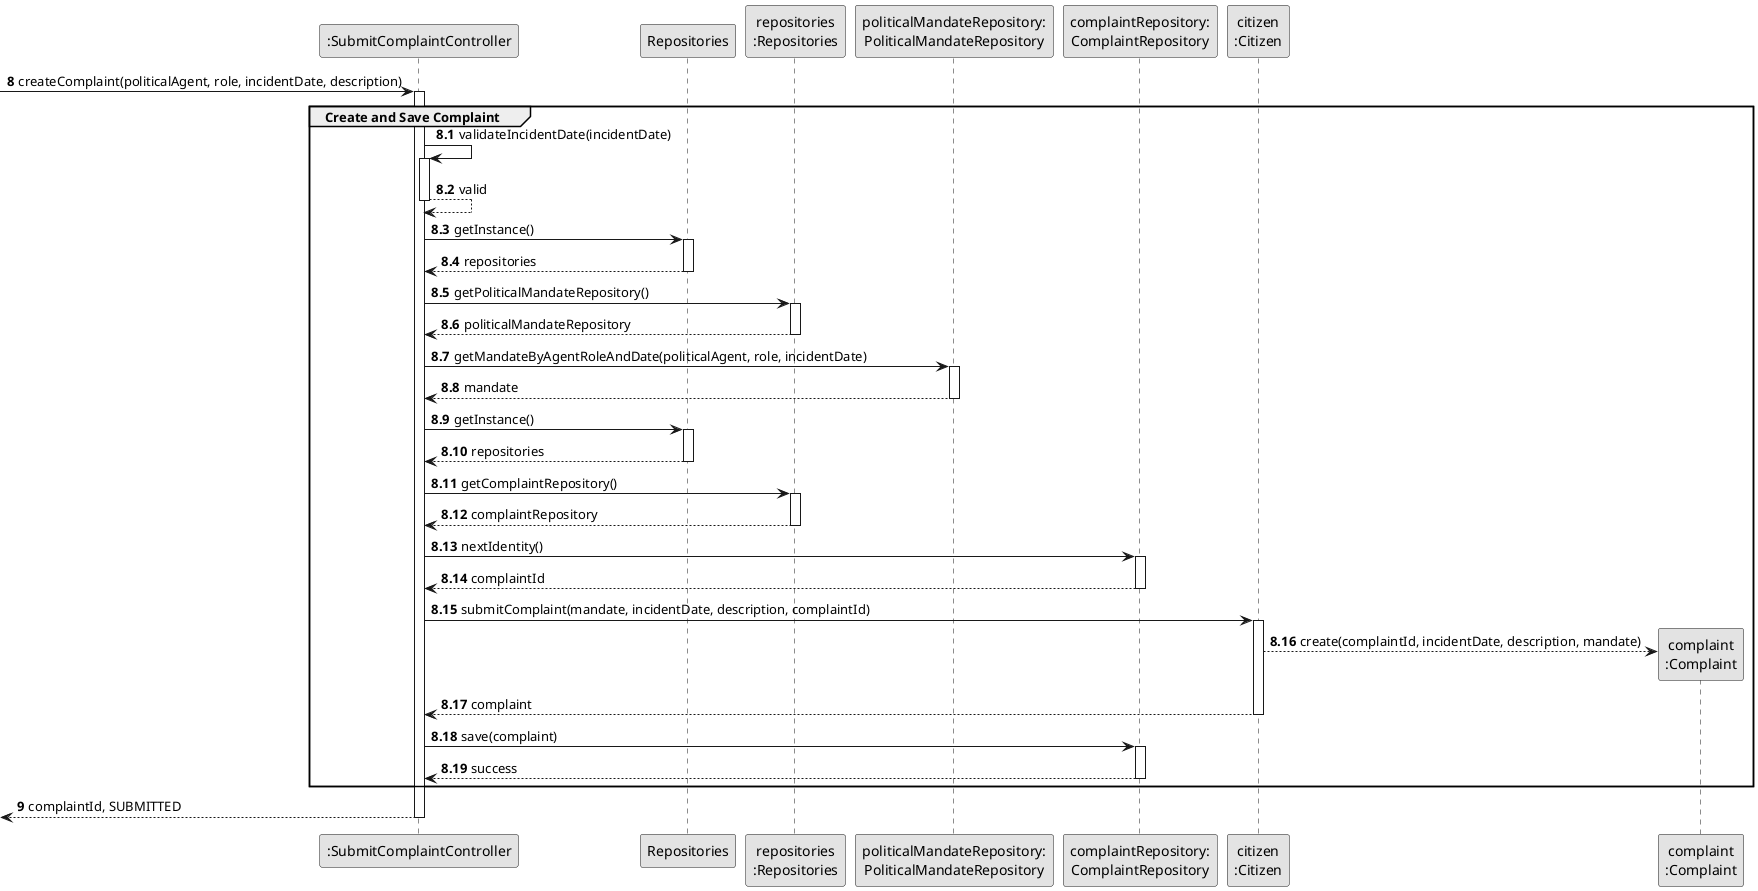
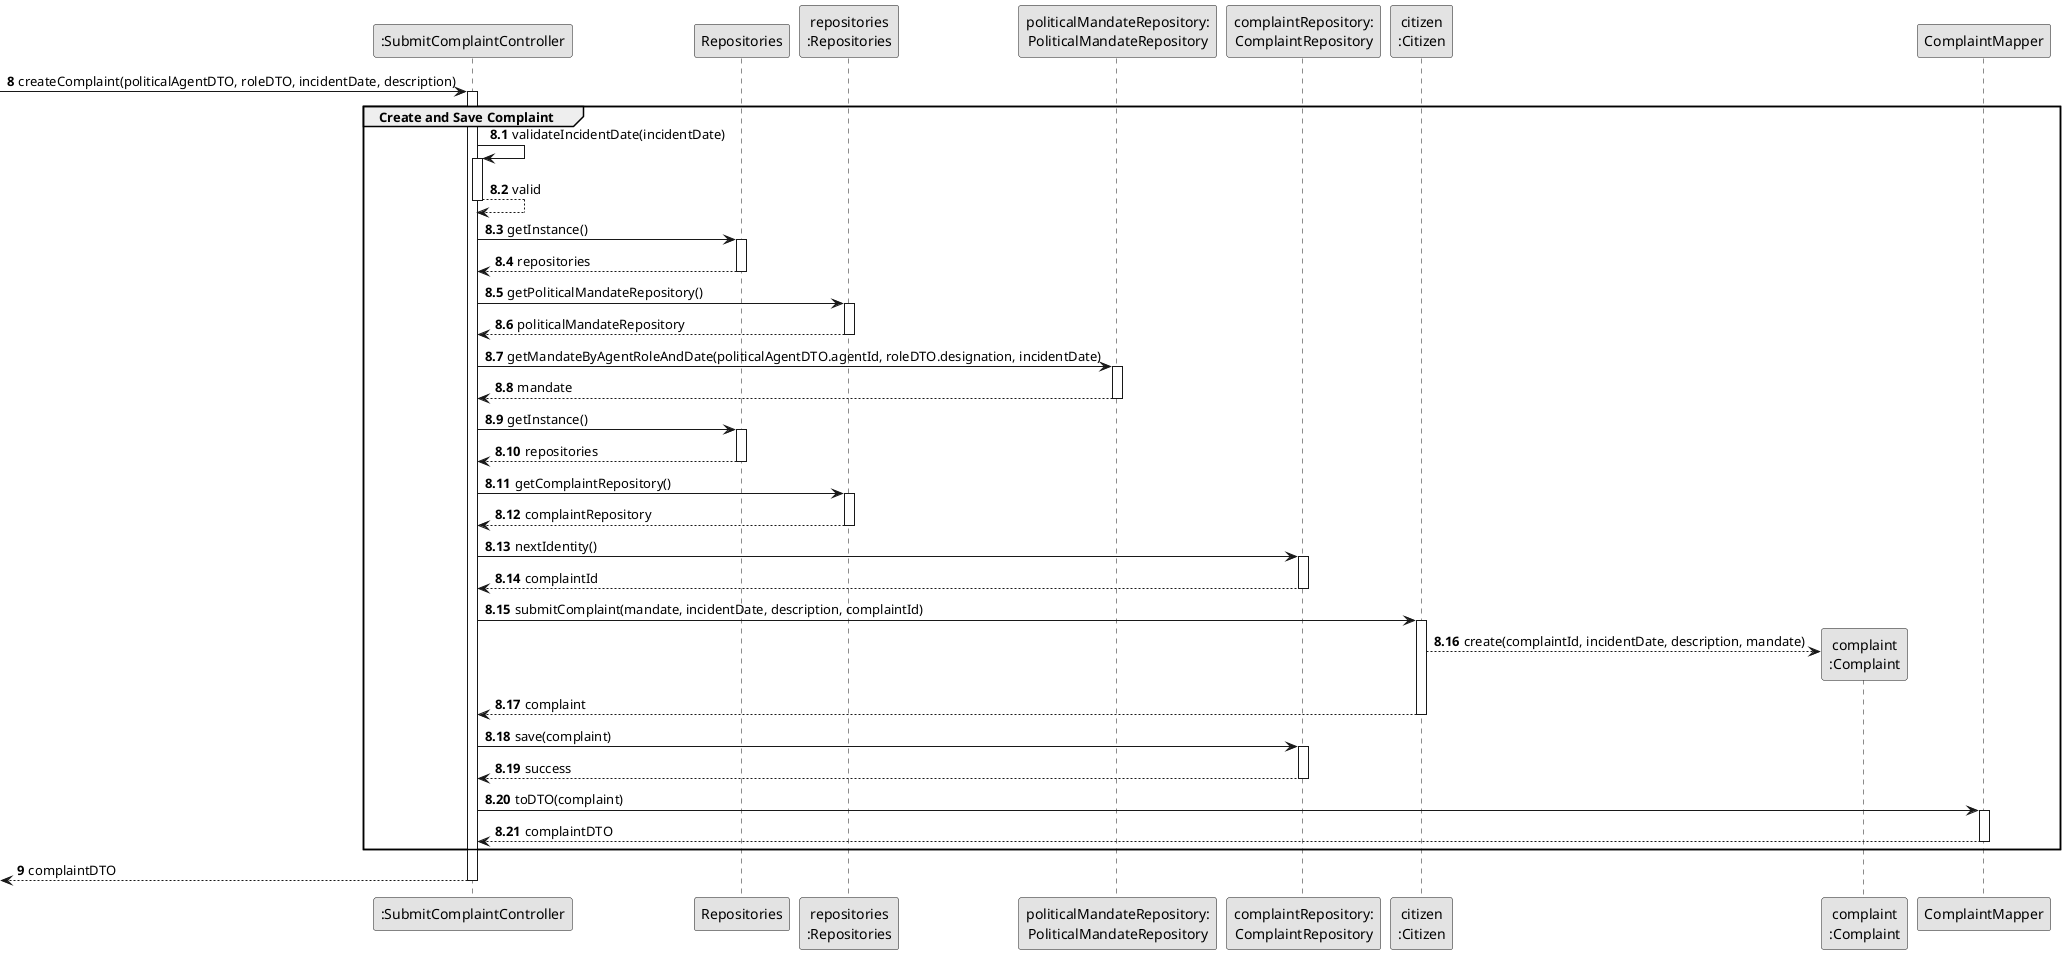
@startuml
skinparam monochrome true
skinparam packageStyle rectangle
skinparam shadowing false

participant ":SubmitComplaintController" as CTRL
participant "Repositories" as REPOS
participant "repositories\n:Repositories" as REPOS_SINGLETON
participant "politicalMandateRepository:\nPoliticalMandateRepository" as MANDATE_REPO
participant "complaintRepository:\nComplaintRepository" as COMPLAINT_REPO
participant "citizen\n:Citizen" as CITIZEN
participant "complaint\n:Complaint" as COMPLAINT
+ participant "ComplaintMapper" as COMPLAINT_MAPPER

autonumber 8
- -> CTRL : createComplaint(politicalAgent, role, incidentDate, description)
+ -> CTRL : createComplaint(politicalAgentDTO, roleDTO, incidentDate, description)
autonumber 8.1
activate CTRL
    group Create and Save Complaint
        CTRL -> CTRL : validateIncidentDate(incidentDate)
        activate CTRL
            CTRL --> CTRL : valid
        deactivate CTRL

        CTRL -> REPOS : getInstance()
        activate REPOS
            REPOS --> CTRL : repositories
        deactivate REPOS

        CTRL -> REPOS_SINGLETON : getPoliticalMandateRepository()
        activate REPOS_SINGLETON
            REPOS_SINGLETON --> CTRL : politicalMandateRepository
        deactivate REPOS_SINGLETON

-         CTRL -> MANDATE_REPO : getMandateByAgentRoleAndDate(politicalAgent, role, incidentDate)
+         CTRL -> MANDATE_REPO : getMandateByAgentRoleAndDate(politicalAgentDTO.agentId, roleDTO.designation, incidentDate)
        activate MANDATE_REPO
            MANDATE_REPO --> CTRL : mandate
        deactivate MANDATE_REPO

        CTRL -> REPOS : getInstance()
        activate REPOS
            REPOS --> CTRL : repositories
        deactivate REPOS

        CTRL -> REPOS_SINGLETON : getComplaintRepository()
        activate REPOS_SINGLETON
            REPOS_SINGLETON --> CTRL : complaintRepository
        deactivate REPOS_SINGLETON

        CTRL -> COMPLAINT_REPO : nextIdentity()
        activate COMPLAINT_REPO
            COMPLAINT_REPO --> CTRL : complaintId
        deactivate COMPLAINT_REPO

        CTRL -> CITIZEN : submitComplaint(mandate, incidentDate, description, complaintId)
        activate CITIZEN
            CITIZEN --> COMPLAINT** : create(complaintId, incidentDate, description, mandate)
            CITIZEN --> CTRL : complaint
        deactivate CITIZEN

        CTRL -> COMPLAINT_REPO : save(complaint)
        activate COMPLAINT_REPO
            COMPLAINT_REPO --> CTRL : success
        deactivate COMPLAINT_REPO
+ 
+         CTRL -> COMPLAINT_MAPPER : toDTO(complaint)
+         activate COMPLAINT_MAPPER
+             COMPLAINT_MAPPER --> CTRL : complaintDTO
+         deactivate COMPLAINT_MAPPER
+ 
    end
    autonumber 9
-     <-- CTRL : complaintId, SUBMITTED
+     <-- CTRL : complaintDTO
deactivate CTRL

@enduml
